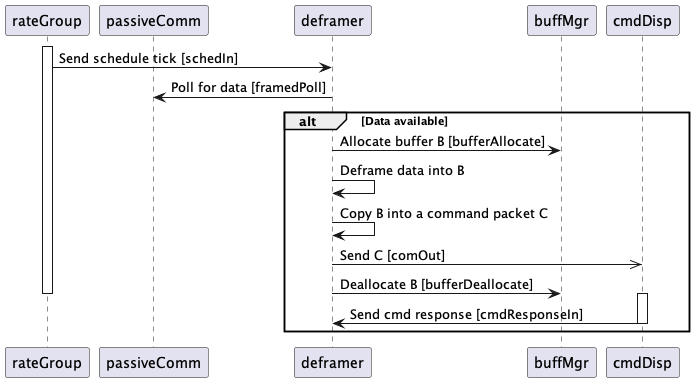
This is Svc/Deframer/docs/img/passive-cmd-packet.png from nasa/fprime, a PlantUML export, as it was before one commit.
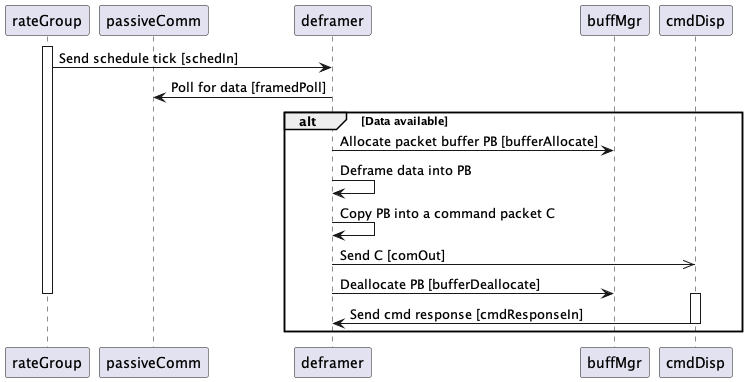
After the commit.

Commit message:
Revise Deframer SDD

What changed in the source:
```diff
@@ -14,11 +14,11 @@
 
 alt Data available
 
-  deframer -> buffMgr: Allocate buffer B [bufferAllocate]
-  deframer -> deframer: Deframe data into B
-  deframer -> deframer: Copy B into a command packet C
+  deframer -> buffMgr: Allocate packet buffer PB [bufferAllocate]
+  deframer -> deframer: Deframe data into PB
+  deframer -> deframer: Copy PB into a command packet C
   deframer ->> cmdDisp: Send C [comOut]
-  deframer -> buffMgr: Deallocate B [bufferDeallocate]
+  deframer -> buffMgr: Deallocate PB [bufferDeallocate]
 
 deactivate rateGroup
 
```
